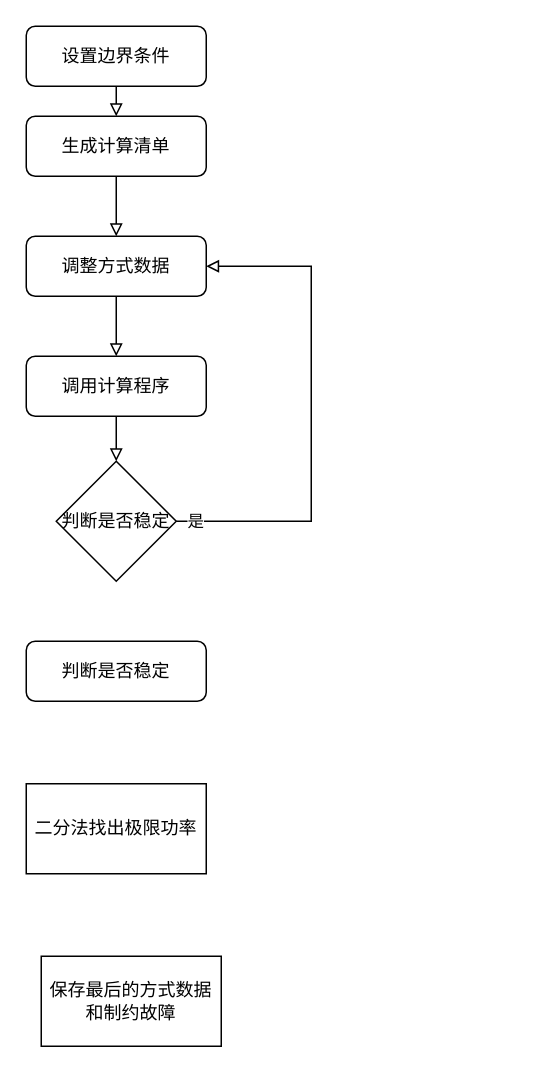
Above: 未命名绘图.drawio in Ailcever/Python (draw.io), before the change. Source tidied: cells renumbered, new cells numbered last; positions are measured from the earlier drawing's top-left corner, leaving out a move shared by most shapes. Both pictures are drawn from the tidied source at 150%, with x=0, y=0 at pixel (26, 26).
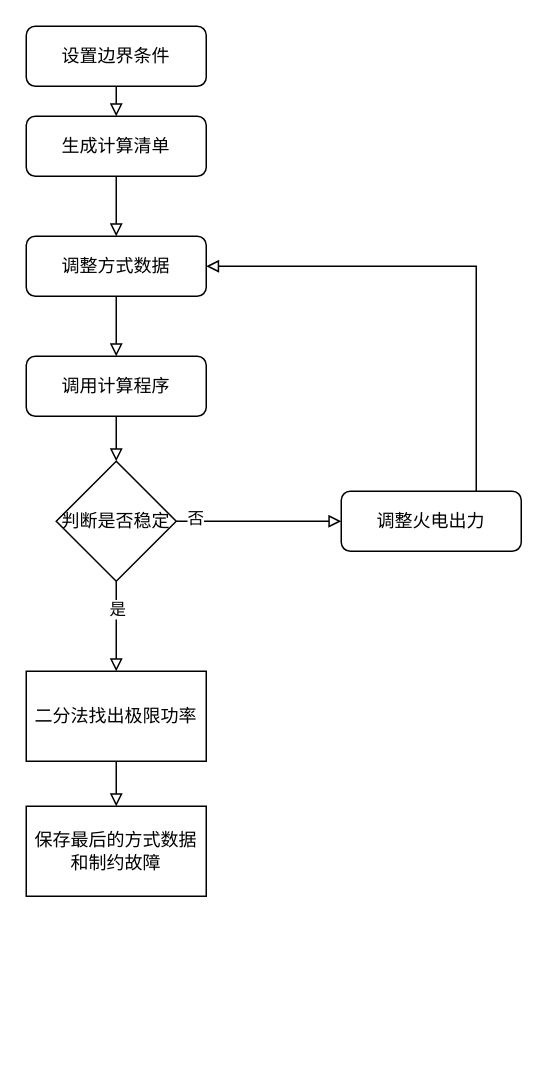
The same diagram, later.

Commit message (it also covers changes not shown here):
更新未命名绘图.drawio

The change refers to these unchanged cells:
```xml
<mxCell id="10" value="调整方式数据" style="rounded=1;whiteSpace=wrap;html=1;fontSize=12;glass=0;strokeWidth=1;shadow=0;" parent="1" vertex="1">
  <mxGeometry y="140" width="120" height="40" as="geometry" />
</mxCell>
<mxCell id="15" value="判断是否稳定" style="rhombus;whiteSpace=wrap;html=1;" parent="1" vertex="1">
  <mxGeometry x="20" y="290" width="80" height="80" as="geometry" />
</mxCell>
```

What changed in the source:
```diff
@@
-    <mxCell id="4" value="判断是否稳定" style="rounded=1;whiteSpace=wrap;html=1;fontSize=12;glass=0;strokeWidth=1;shadow=0;" parent="1" vertex="1">
-      <mxGeometry y="410" width="120" height="40" as="geometry" />
-    </mxCell>
+    <mxCell id="16" style="edgeStyle=orthogonalEdgeStyle;rounded=0;jettySize=auto;html=1;endArrow=block;endFill=0;" parent="1" edge="1" source="5" target="6">
+      <mxGeometry relative="1" as="geometry" />
+    </mxCell>
     <mxCell id="5" value="二分法找出极限功率" style="rounded=0;whiteSpace=wrap;html=1;" parent="1" vertex="1">
-      <mxGeometry y="505" width="120" height="60" as="geometry" />
+      <mxGeometry y="430" width="120" height="60" as="geometry" />
     </mxCell>
     <mxCell id="6" value="保存最后的方式数据和制约故障" style="rounded=0;whiteSpace=wrap;html=1;" parent="1" vertex="1">
-      <mxGeometry x="10" y="620" width="120" height="60" as="geometry" />
+      <mxGeometry y="520" width="120" height="60" as="geometry" />
     </mxCell>
@@
-    <mxCell id="13" style="edgeStyle=orthogonalEdgeStyle;rounded=0;jettySize=auto;html=1;exitX=1;exitY=0.5;exitDx=0;exitDy=0;entryX=1;entryY=0.5;entryDx=0;entryDy=0;endArrow=block;endFill=0;" parent="1" edge="1" source="15" target="10">
-      <mxGeometry relative="1" as="geometry">
-        <Array as="points">
-          <mxPoint x="190" y="330" />
-          <mxPoint x="190" y="160" />
-        </Array>
-      </mxGeometry>
-    </mxCell>
+    <mxCell id="17" style="edgeStyle=orthogonalEdgeStyle;rounded=0;jettySize=auto;html=1;endArrow=block;endFill=0;" parent="1" edge="1" source="15" target="21">
+      <mxGeometry relative="1" as="geometry" />
+    </mxCell>
+    <mxCell id="18" value="否" style="edgeLabel;html=1;align=center;verticalAlign=middle;" parent="17" vertex="1">
+      <mxGeometry x="-0.79" y="3" relative="1" as="geometry" />
+    </mxCell>
+    <mxCell id="19" style="edgeStyle=orthogonalEdgeStyle;rounded=0;jettySize=auto;html=1;endArrow=block;endFill=0;" parent="1" edge="1" source="15" target="5">
+      <mxGeometry relative="1" as="geometry" />
+    </mxCell>
-    <mxCell id="14" value="是" style="edgeLabel;html=1;align=center;verticalAlign=middle;" parent="13" vertex="1">
-      <mxGeometry x="-0.93" y="1" relative="1" as="geometry" />
+    <mxCell id="14" value="是" style="edgeLabel;html=1;align=center;verticalAlign=middle;" parent="19" vertex="1">
+      <mxGeometry x="-0.4" relative="1" as="geometry" />
     </mxCell>
@@
+    <mxCell id="20" style="edgeStyle=orthogonalEdgeStyle;rounded=0;jettySize=auto;html=1;entryX=1;entryY=0.5;entryDx=0;entryDy=0;endArrow=block;endFill=0;" parent="1" edge="1" source="21" target="10">
+      <mxGeometry relative="1" as="geometry">
+        <Array as="points">
+          <mxPoint x="300" y="330" />
+          <mxPoint x="300" y="160" />
+        </Array>
+      </mxGeometry>
+    </mxCell>
+    <mxCell id="21" value="调整火电出力" style="rounded=1;whiteSpace=wrap;html=1;fontSize=12;glass=0;strokeWidth=1;shadow=0;" parent="1" vertex="1">
+      <mxGeometry x="210" y="310" width="120" height="40" as="geometry" />
+    </mxCell>
```
